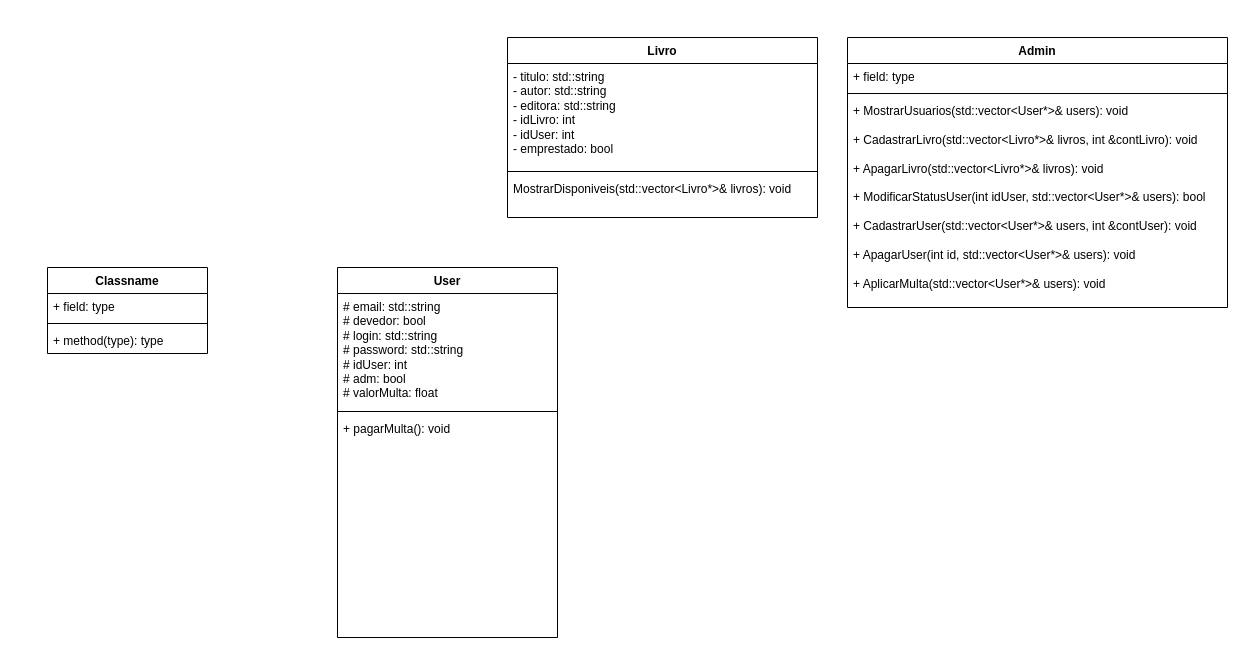
Gabi-r7/Trabalho_cpp keeps this draw.io diagram as Bilioteca_by_gabi/biblioteca.drawio. Above is the earlier version. Source tidied: cells renumbered, new cells numbered last; positions are measured from the earlier drawing's top-left corner, leaving out a move shared by most shapes. Both pictures are drawn from the tidied source at 100%, with x=0, y=0 at pixel (47, 37).
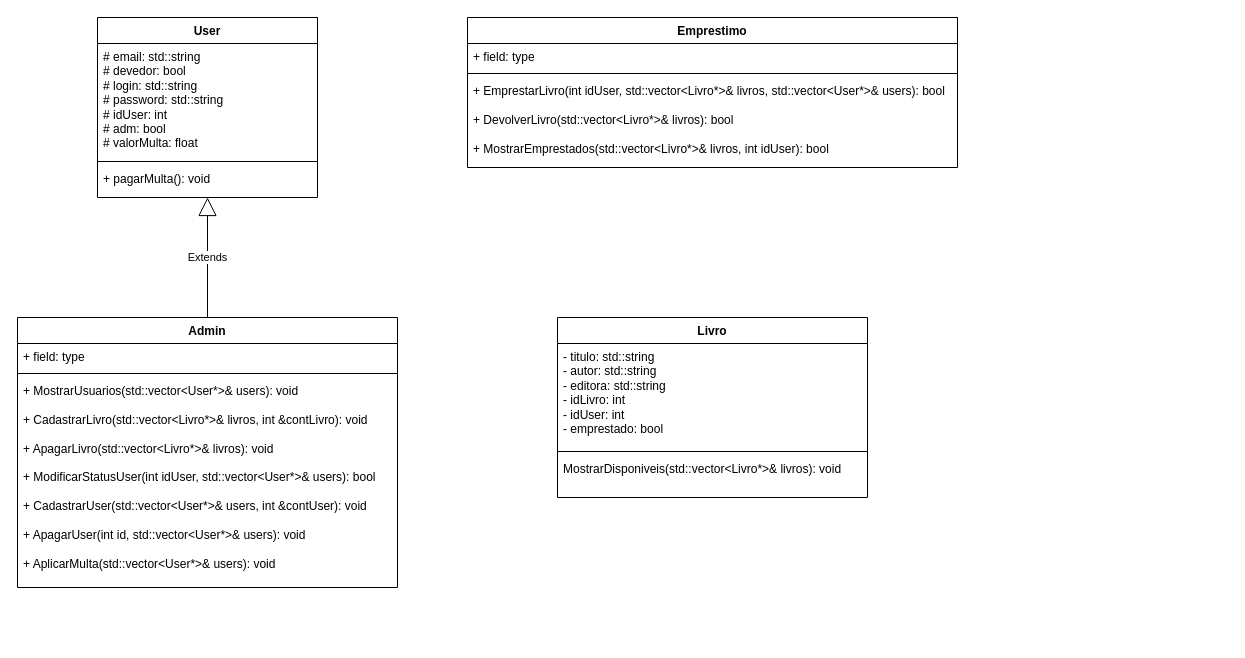
After the change.

The edit, as a diff of the source:
```diff
@@
 <mxGraphModel>
   <root>
     <mxCell id="0" />
     <mxCell id="1" parent="0" />
     <mxCell id="2" value="Livro" style="swimlane;fontStyle=1;align=center;verticalAlign=top;horizontal=1;startSize=26;whiteSpace=wrap;html=1;" parent="1" vertex="1">
-      <mxGeometry x="460" width="310" height="180" as="geometry" />
+      <mxGeometry x="510" y="280" width="310" height="180" as="geometry" />
     </mxCell>
     <mxCell id="3" value="- titulo: std::string&lt;div&gt;- autor: std::string&lt;/div&gt;&lt;div&gt;- editora: std::string&lt;/div&gt;&lt;div&gt;- idLivro: int&lt;/div&gt;&lt;div&gt;- idUser: int&lt;/div&gt;&lt;div&gt;- emprestado: bool&lt;/div&gt;" style="text;strokeColor=none;fillColor=none;align=left;verticalAlign=top;spacingLeft=4;spacingRight=4;overflow=hidden;whiteSpace=wrap;html=1;" parent="2" vertex="1">
       <mxGeometry y="26" width="310" height="104" as="geometry" />
     </mxCell>
     <mxCell id="4" style="line;strokeWidth=1;fillColor=none;align=left;verticalAlign=middle;spacingTop=-1;spacingLeft=3;spacingRight=3;labelPosition=right;strokeColor=inherit;" parent="2" vertex="1">
       <mxGeometry y="130" width="310" height="8" as="geometry" />
     </mxCell>
     <mxCell id="5" value="MostrarDisponiveis(std::vector&amp;lt;Livro*&amp;gt;&amp;amp; livros): void" style="text;strokeColor=none;fillColor=none;align=left;verticalAlign=top;spacingLeft=4;spacingRight=4;overflow=hidden;whiteSpace=wrap;html=1;" parent="2" vertex="1">
       <mxGeometry y="138" width="310" height="42" as="geometry" />
     </mxCell>
-    <mxCell id="6" value="Classname" style="swimlane;fontStyle=1;align=center;verticalAlign=top;horizontal=1;startSize=26;whiteSpace=wrap;html=1;" parent="1" vertex="1">
-      <mxGeometry y="230" width="160" height="86" as="geometry" />
-    </mxCell>
-    <mxCell id="7" value="+ field: type" style="text;strokeColor=none;fillColor=none;align=left;verticalAlign=top;spacingLeft=4;spacingRight=4;overflow=hidden;whiteSpace=wrap;html=1;" parent="6" vertex="1">
-      <mxGeometry y="26" width="160" height="26" as="geometry" />
-    </mxCell>
-    <mxCell id="8" style="line;strokeWidth=1;fillColor=none;align=left;verticalAlign=middle;spacingTop=-1;spacingLeft=3;spacingRight=3;labelPosition=right;strokeColor=inherit;" parent="6" vertex="1">
-      <mxGeometry y="52" width="160" height="8" as="geometry" />
-    </mxCell>
-    <mxCell id="9" value="+ method(type): type" style="text;strokeColor=none;fillColor=none;align=left;verticalAlign=top;spacingLeft=4;spacingRight=4;overflow=hidden;whiteSpace=wrap;html=1;" parent="6" vertex="1">
-      <mxGeometry y="60" width="160" height="26" as="geometry" />
-    </mxCell>
     <mxCell id="10" value="Admin" style="swimlane;fontStyle=1;align=center;verticalAlign=top;horizontal=1;startSize=26;whiteSpace=wrap;html=1;" parent="1" vertex="1">
-      <mxGeometry x="800" width="380" height="270" as="geometry" />
+      <mxGeometry x="-30" y="280" width="380" height="270" as="geometry" />
     </mxCell>
     <mxCell id="11" value="+ field: type" style="text;strokeColor=none;fillColor=none;align=left;verticalAlign=top;spacingLeft=4;spacingRight=4;overflow=hidden;whiteSpace=wrap;html=1;" parent="10" vertex="1">
       <mxGeometry y="26" width="380" height="26" as="geometry" />
     </mxCell>
     <mxCell id="12" style="line;strokeWidth=1;fillColor=none;align=left;verticalAlign=middle;spacingTop=-1;spacingLeft=3;spacingRight=3;labelPosition=right;strokeColor=inherit;" parent="10" vertex="1">
       <mxGeometry y="52" width="380" height="8" as="geometry" />
     </mxCell>
     <mxCell id="13" value="&lt;div&gt;+ MostrarUsuarios(std::vector&amp;lt;User*&amp;gt;&amp;amp; users): void&lt;/div&gt;&lt;div&gt;&lt;br&gt;&lt;/div&gt;&lt;div&gt;+ CadastrarLivro(std::vector&amp;lt;Livro*&amp;gt;&amp;amp; livros, int &amp;amp;contLivro): void&lt;/div&gt;&lt;div&gt;&lt;br&gt;&lt;/div&gt;&lt;div&gt;+ ApagarLivro(std::vector&amp;lt;Livro*&amp;gt;&amp;amp; livros): void&lt;/div&gt;&lt;div&gt;&lt;br&gt;&lt;/div&gt;&lt;div&gt;+ ModificarStatusUser(int idUser, std::vector&amp;lt;User*&amp;gt;&amp;amp; users): bool&lt;/div&gt;&lt;div&gt;&lt;br&gt;&lt;/div&gt;&lt;div&gt;+ CadastrarUser(std::vector&amp;lt;User*&amp;gt;&amp;amp; users, int &amp;amp;contUser): void&lt;/div&gt;&lt;div&gt;&lt;br&gt;&lt;/div&gt;&lt;div&gt;+ ApagarUser(int id, std::vector&amp;lt;User*&amp;gt;&amp;amp; users): void&lt;/div&gt;&lt;div&gt;&lt;br&gt;&lt;/div&gt;&lt;div&gt;+ AplicarMulta(std::vector&amp;lt;User*&amp;gt;&amp;amp; users): void&lt;/div&gt;" style="text;strokeColor=none;fillColor=none;align=left;verticalAlign=top;spacingLeft=4;spacingRight=4;overflow=hidden;whiteSpace=wrap;html=1;" parent="10" vertex="1">
       <mxGeometry y="60" width="380" height="210" as="geometry" />
     </mxCell>
     <mxCell id="14" value="User" style="swimlane;fontStyle=1;align=center;verticalAlign=top;horizontal=1;startSize=26;whiteSpace=wrap;html=1;" parent="1" vertex="1">
-      <mxGeometry x="290" y="230" width="220" height="370" as="geometry" />
+      <mxGeometry x="50" y="-20" width="220" height="180" as="geometry" />
     </mxCell>
     <mxCell id="15" value="# email: std::string&lt;div&gt;# devedor: bool&lt;/div&gt;&lt;div&gt;# login: std::string&lt;/div&gt;&lt;div&gt;# password: std::string&lt;/div&gt;&lt;div&gt;# idUser: int&lt;/div&gt;&lt;div&gt;# adm: bool&lt;/div&gt;&lt;div&gt;# valorMulta: float&lt;/div&gt;" style="text;strokeColor=none;fillColor=none;align=left;verticalAlign=top;spacingLeft=4;spacingRight=4;overflow=hidden;whiteSpace=wrap;html=1;" parent="14" vertex="1">
       <mxGeometry y="26" width="220" height="114" as="geometry" />
     </mxCell>
     <mxCell id="16" style="line;strokeWidth=1;fillColor=none;align=left;verticalAlign=middle;spacingTop=-1;spacingLeft=3;spacingRight=3;labelPosition=right;strokeColor=inherit;" parent="14" vertex="1">
       <mxGeometry y="140" width="220" height="8" as="geometry" />
     </mxCell>
     <mxCell id="17" value="+ pagarMulta(): void" style="text;strokeColor=none;fillColor=none;align=left;verticalAlign=top;spacingLeft=4;spacingRight=4;overflow=hidden;points=[[0,0.5],[1,0.5]];portConstraint=eastwest;whiteSpace=wrap;html=1;" parent="14" vertex="1">
-      <mxGeometry y="148" width="220" height="222" as="geometry" />
+      <mxGeometry y="148" width="220" height="32" as="geometry" />
     </mxCell>
+    <mxCell id="18" value="Emprestimo" style="swimlane;fontStyle=1;align=center;verticalAlign=top;horizontal=1;startSize=26;whiteSpace=wrap;html=1;" parent="1" vertex="1">
+      <mxGeometry x="420" y="-20" width="490" height="150" as="geometry" />
+    </mxCell>
+    <mxCell id="7" value="+ field: type" style="text;strokeColor=none;fillColor=none;align=left;verticalAlign=top;spacingLeft=4;spacingRight=4;overflow=hidden;whiteSpace=wrap;html=1;" parent="18" vertex="1">
+      <mxGeometry y="26" width="490" height="26" as="geometry" />
+    </mxCell>
+    <mxCell id="19" style="line;strokeWidth=1;fillColor=none;align=left;verticalAlign=middle;spacingTop=-1;spacingLeft=3;spacingRight=3;labelPosition=right;strokeColor=inherit;" parent="18" vertex="1">
+      <mxGeometry y="52" width="490" height="8" as="geometry" />
+    </mxCell>
+    <mxCell id="20" value="&lt;div&gt;+ EmprestarLivro(int idUser, std::vector&amp;lt;Livro*&amp;gt;&amp;amp; livros, std::vector&amp;lt;User*&amp;gt;&amp;amp; users): bool&lt;/div&gt;&lt;div&gt;&lt;br&gt;&lt;/div&gt;&lt;div&gt;+ DevolverLivro(std::vector&amp;lt;Livro*&amp;gt;&amp;amp; livros): bool&lt;/div&gt;&lt;div&gt;&lt;br&gt;&lt;/div&gt;&lt;div&gt;+ MostrarEmprestados(std::vector&amp;lt;Livro*&amp;gt;&amp;amp; livros, int idUser): bool&lt;/div&gt;" style="text;strokeColor=none;fillColor=none;align=left;verticalAlign=top;spacingLeft=4;spacingRight=4;overflow=hidden;whiteSpace=wrap;html=1;" parent="18" vertex="1">
+      <mxGeometry y="60" width="490" height="90" as="geometry" />
+    </mxCell>
+    <mxCell id="21" value="Extends" style="endArrow=block;endSize=16;endFill=0;html=1;rounded=0;exitX=0.5;exitY=0;exitDx=0;exitDy=0;" parent="1" edge="1" source="10" target="17">
+      <mxGeometry relative="1" as="geometry" />
+    </mxCell>
   </root>
 </mxGraphModel>
```
